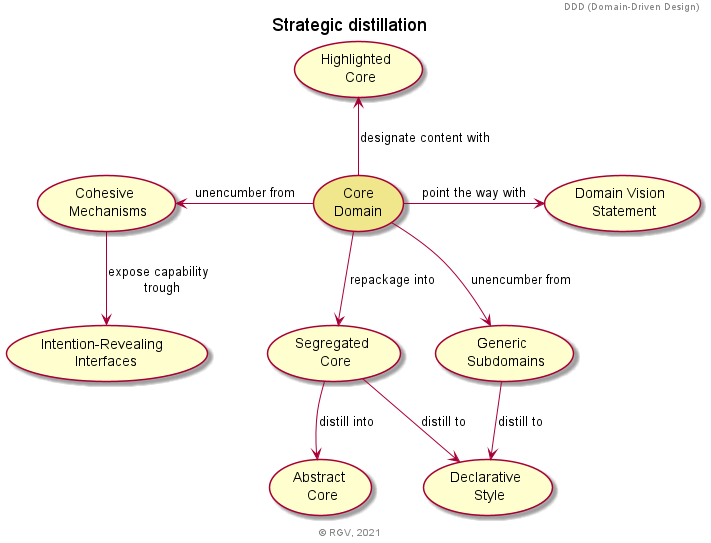
This is DDD/StrategicDistillation.png from RicardoGuzmanVelasco/DomainModelling, a PlantUML export, as it was before one commit.
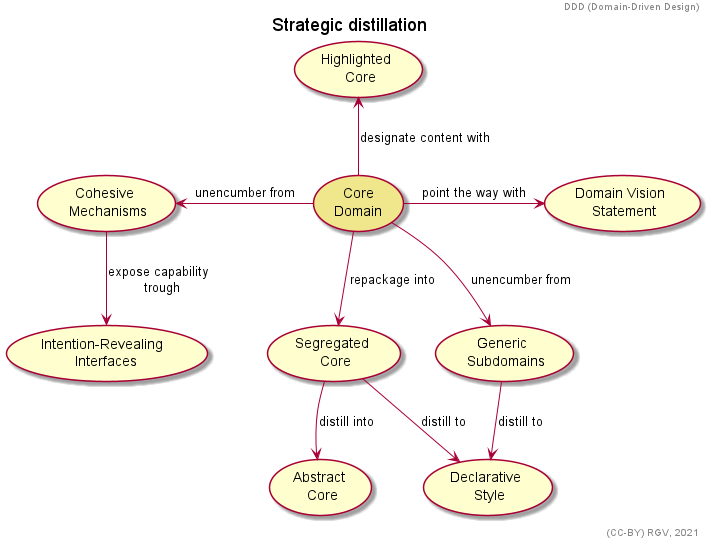
Later version of the same file.

Diff of the diagram source:
```diff
@@ -32,5 +32,5 @@
 CD -l-> CM : unencumber from
     CM --> IRI : expose capability \n trough
 
-footer © RGV, 2021
+right footer (CC-BY) RGV, 2021
 @enduml
```
